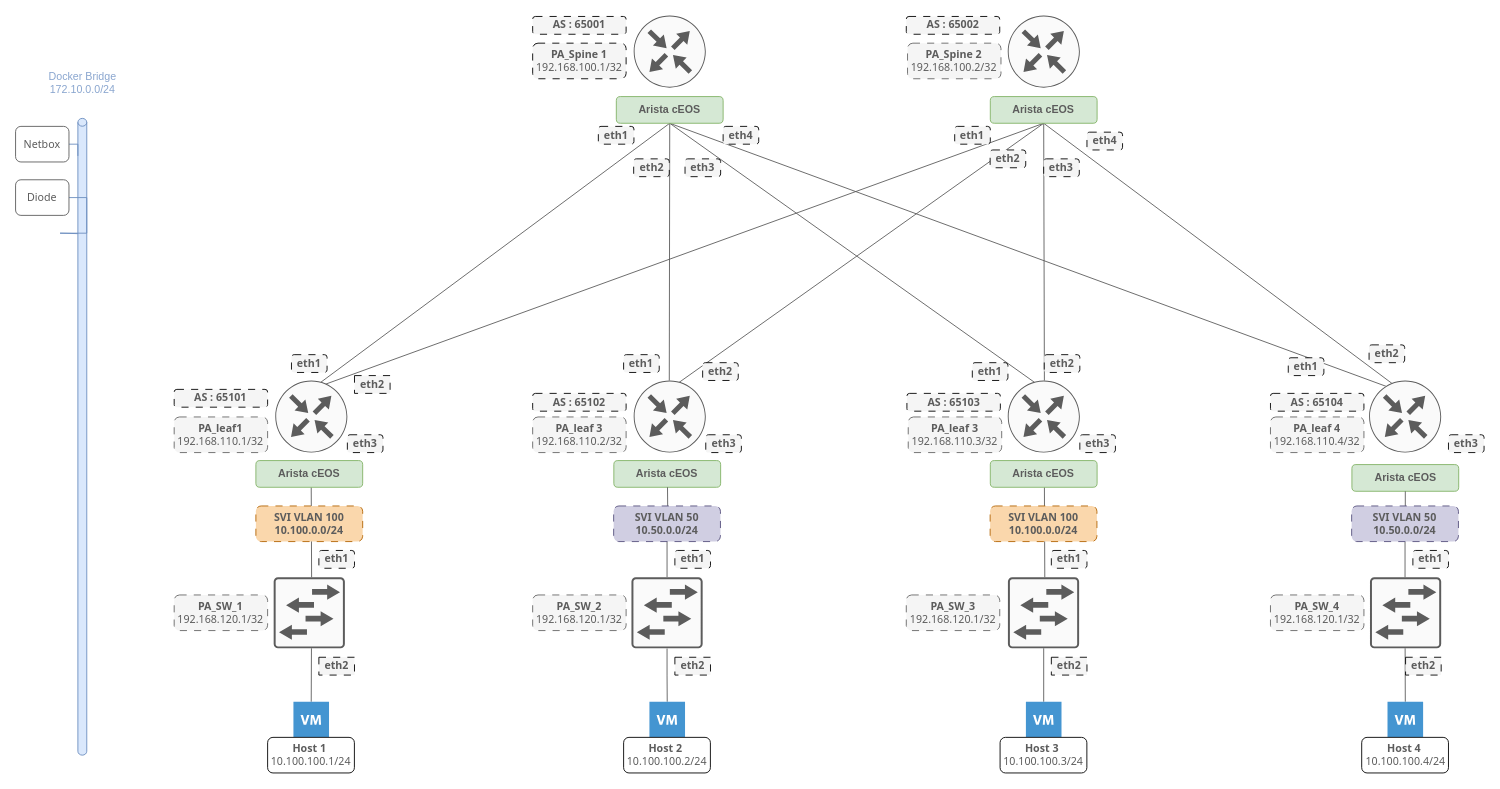
MasqAs/projet-vxlan-automation keeps this draw.io diagram as documentation/assets/images/diagrams/VXLAN.drawio. Above is the earlier version. Source tidied: cells renumbered, new cells numbered last; positions are measured from the earlier drawing's top-left corner, leaving out a move shared by most shapes. Both pictures are drawn from the tidied source at 89%, with x=0, y=0 at pixel (15, 15).
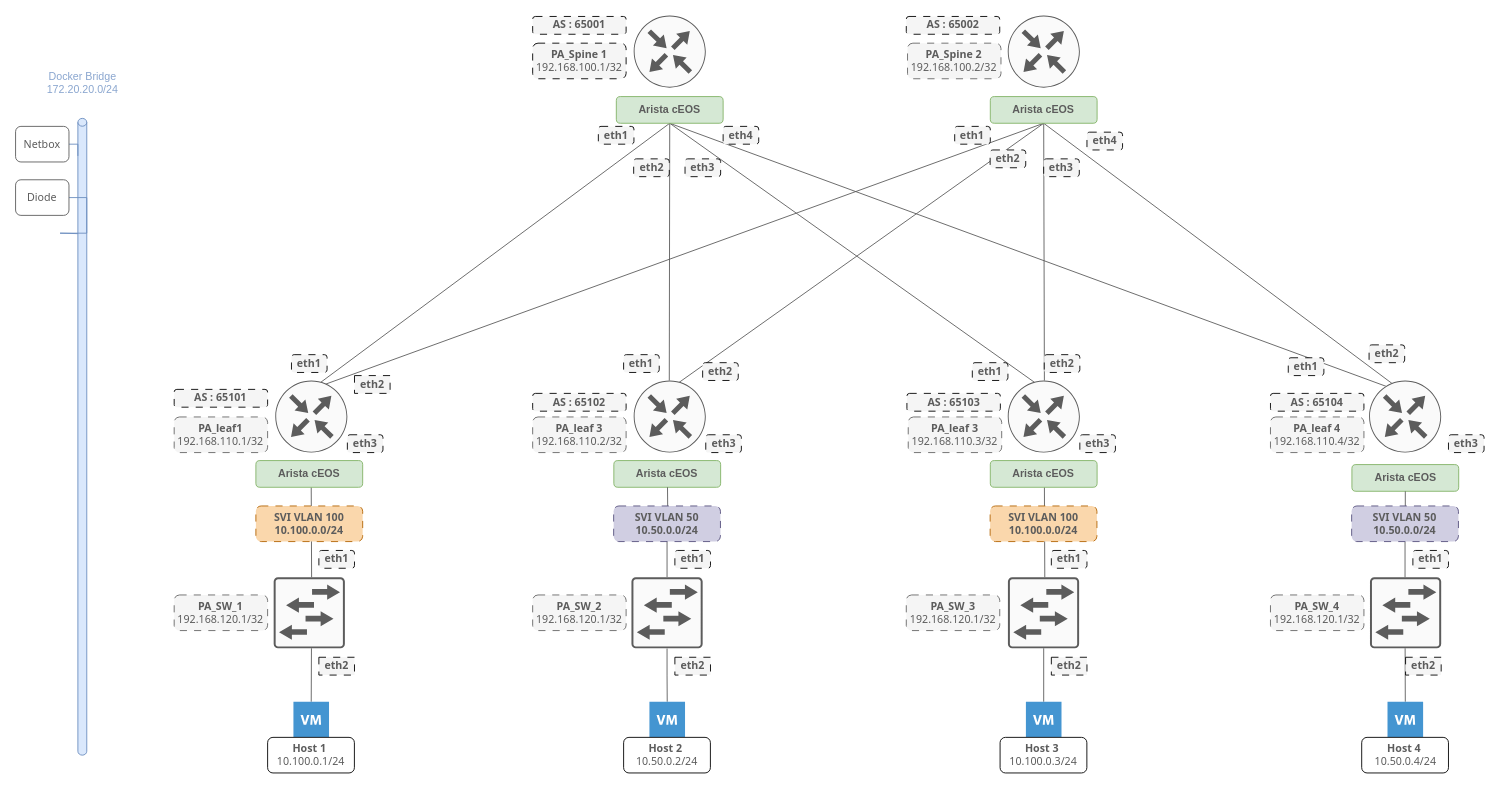
The same page after the edit.

Diff of the diagram source:
```diff
@@
-    <mxCell id="24" value="&lt;div style=&quot;&quot;&gt;&lt;font face=&quot;Tahoma&quot; color=&quot;#5c5c5c&quot;&gt;&lt;b&gt;Host 1&amp;nbsp;&lt;/b&gt;&lt;/font&gt;&lt;/div&gt;&lt;div style=&quot;&quot;&gt;&lt;font face=&quot;Tahoma&quot; color=&quot;#5c5c5c&quot;&gt;10.100.100.1/24&lt;/font&gt;&lt;/div&gt;" style="rounded=1;whiteSpace=wrap;html=1;align=center;" parent="1" vertex="1">
+    <mxCell id="24" value="&lt;div style=&quot;&quot;&gt;&lt;font face=&quot;Tahoma&quot; color=&quot;#5c5c5c&quot;&gt;&lt;b&gt;Host 1&amp;nbsp;&lt;/b&gt;&lt;/font&gt;&lt;/div&gt;&lt;div style=&quot;&quot;&gt;&lt;font face=&quot;Tahoma&quot; color=&quot;#5c5c5c&quot;&gt;10.100.0.1/24&lt;/font&gt;&lt;/div&gt;" style="rounded=1;whiteSpace=wrap;html=1;align=center;" parent="1" vertex="1">
       <mxGeometry x="283.2" y="811" width="97.5" height="40" as="geometry" />
     </mxCell>
-    <mxCell id="25" value="&lt;div style=&quot;&quot;&gt;&lt;font face=&quot;Tahoma&quot; color=&quot;#5c5c5c&quot;&gt;&lt;b&gt;Host 2&amp;nbsp;&lt;/b&gt;&lt;/font&gt;&lt;/div&gt;&lt;div style=&quot;&quot;&gt;&lt;font face=&quot;Tahoma&quot; color=&quot;#5c5c5c&quot;&gt;10.100.100.2/24&lt;/font&gt;&lt;/div&gt;" style="rounded=1;whiteSpace=wrap;html=1;align=center;" parent="1" vertex="1">
+    <mxCell id="25" value="&lt;div style=&quot;&quot;&gt;&lt;font face=&quot;Tahoma&quot; color=&quot;#5c5c5c&quot;&gt;&lt;b&gt;Host 2&amp;nbsp;&lt;/b&gt;&lt;/font&gt;&lt;/div&gt;&lt;div style=&quot;&quot;&gt;&lt;font face=&quot;Tahoma&quot; color=&quot;#5c5c5c&quot;&gt;10.50.0.2/24&lt;/font&gt;&lt;/div&gt;" style="rounded=1;whiteSpace=wrap;html=1;align=center;" parent="1" vertex="1">
       <mxGeometry x="683.2" y="811" width="97.5" height="40" as="geometry" />
     </mxCell>
-    <mxCell id="26" value="&lt;div style=&quot;&quot;&gt;&lt;font face=&quot;Tahoma&quot; color=&quot;#5c5c5c&quot;&gt;&lt;b&gt;Host 3&amp;nbsp;&lt;/b&gt;&lt;/font&gt;&lt;/div&gt;&lt;div style=&quot;&quot;&gt;&lt;font face=&quot;Tahoma&quot; color=&quot;#5c5c5c&quot;&gt;10.100.100.3/24&lt;/font&gt;&lt;/div&gt;" style="rounded=1;whiteSpace=wrap;html=1;align=center;" parent="1" vertex="1">
+    <mxCell id="26" value="&lt;div style=&quot;&quot;&gt;&lt;font face=&quot;Tahoma&quot; color=&quot;#5c5c5c&quot;&gt;&lt;b&gt;Host 3&amp;nbsp;&lt;/b&gt;&lt;/font&gt;&lt;/div&gt;&lt;div style=&quot;&quot;&gt;&lt;font face=&quot;Tahoma&quot; color=&quot;#5c5c5c&quot;&gt;10.100.0.3/24&lt;/font&gt;&lt;/div&gt;" style="rounded=1;whiteSpace=wrap;html=1;align=center;" parent="1" vertex="1">
       <mxGeometry x="1106.2" y="811" width="97.5" height="40" as="geometry" />
     </mxCell>
-    <mxCell id="27" value="&lt;div style=&quot;&quot;&gt;&lt;font face=&quot;Tahoma&quot; color=&quot;#5c5c5c&quot;&gt;&lt;b&gt;Host 4&amp;nbsp;&lt;/b&gt;&lt;/font&gt;&lt;/div&gt;&lt;div style=&quot;&quot;&gt;&lt;font face=&quot;Tahoma&quot; color=&quot;#5c5c5c&quot;&gt;10.100.100.4/24&lt;/font&gt;&lt;/div&gt;" style="rounded=1;whiteSpace=wrap;html=1;align=center;" parent="1" vertex="1">
+    <mxCell id="27" value="&lt;div style=&quot;&quot;&gt;&lt;font face=&quot;Tahoma&quot; color=&quot;#5c5c5c&quot;&gt;&lt;b&gt;Host 4&amp;nbsp;&lt;/b&gt;&lt;/font&gt;&lt;/div&gt;&lt;div style=&quot;&quot;&gt;&lt;font face=&quot;Tahoma&quot; color=&quot;#5c5c5c&quot;&gt;10.50.0.4/24&lt;/font&gt;&lt;/div&gt;" style="rounded=1;whiteSpace=wrap;html=1;align=center;" parent="1" vertex="1">
       <mxGeometry x="1512.5" y="811" width="97.5" height="40" as="geometry" />
     </mxCell>
@@
-    <mxCell id="33" value="&lt;font color=&quot;#8aa6cf&quot;&gt;Docker Bridge&lt;br&gt;172.10.0.0/24&lt;br&gt;&lt;/font&gt;" style="text;html=1;strokeColor=none;fillColor=none;align=center;verticalAlign=middle;whiteSpace=wrap;rounded=0;" parent="1" vertex="1">
+    <mxCell id="33" value="&lt;font color=&quot;#8aa6cf&quot;&gt;Docker Bridge&lt;br&gt;172.20.20.0/24&lt;br&gt;&lt;/font&gt;" style="text;html=1;strokeColor=none;fillColor=none;align=center;verticalAlign=middle;whiteSpace=wrap;rounded=0;" parent="1" vertex="1">
       <mxGeometry x="27.5" y="61" width="95" height="30" as="geometry" />
     </mxCell>
```
